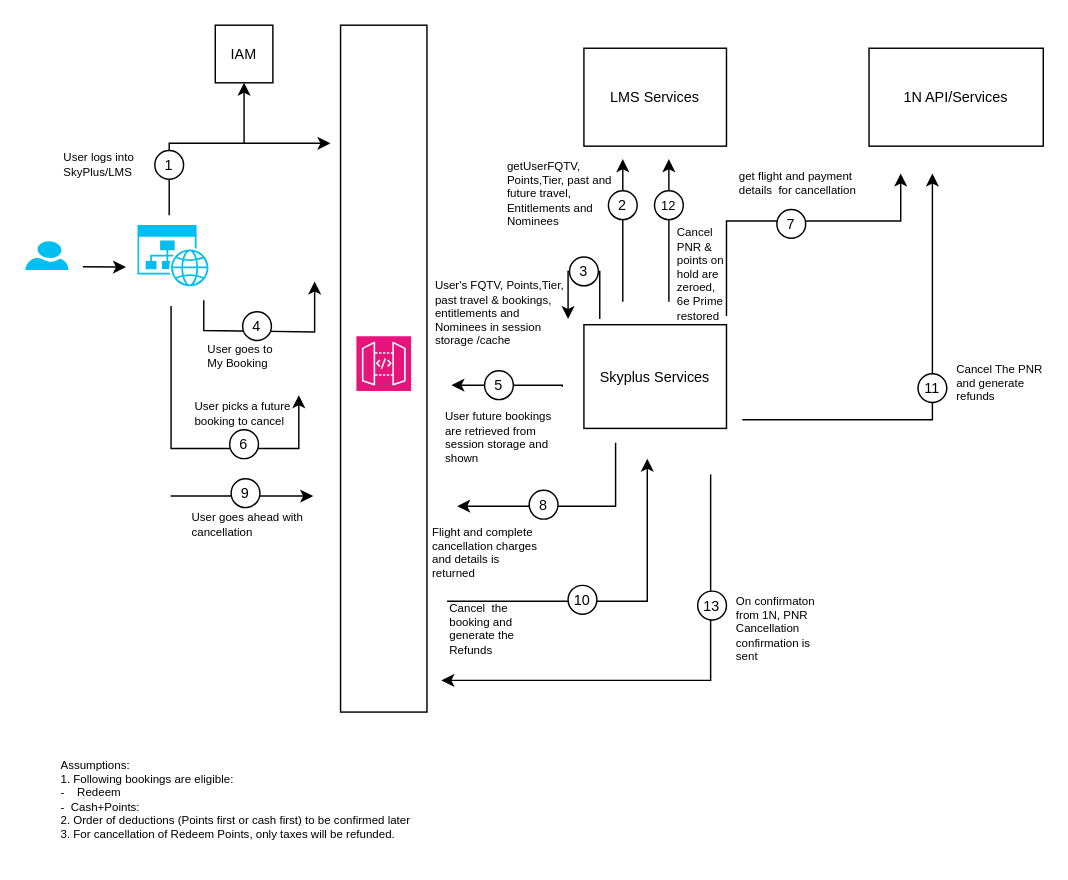
Earlier version of the draw.io diagram page "CancelEarnCash" (2 of 2) of Cancellations Cash Plus Points LM Data Flow.drawio (nchauhan4/drawings). Source tidied: cells renumbered, new cells numbered last; positions are measured from the earlier drawing's top-left corner, leaving out a move shared by most shapes. Both pictures are drawn from the tidied source at 144%, with x=0, y=0 at pixel (24, 24).
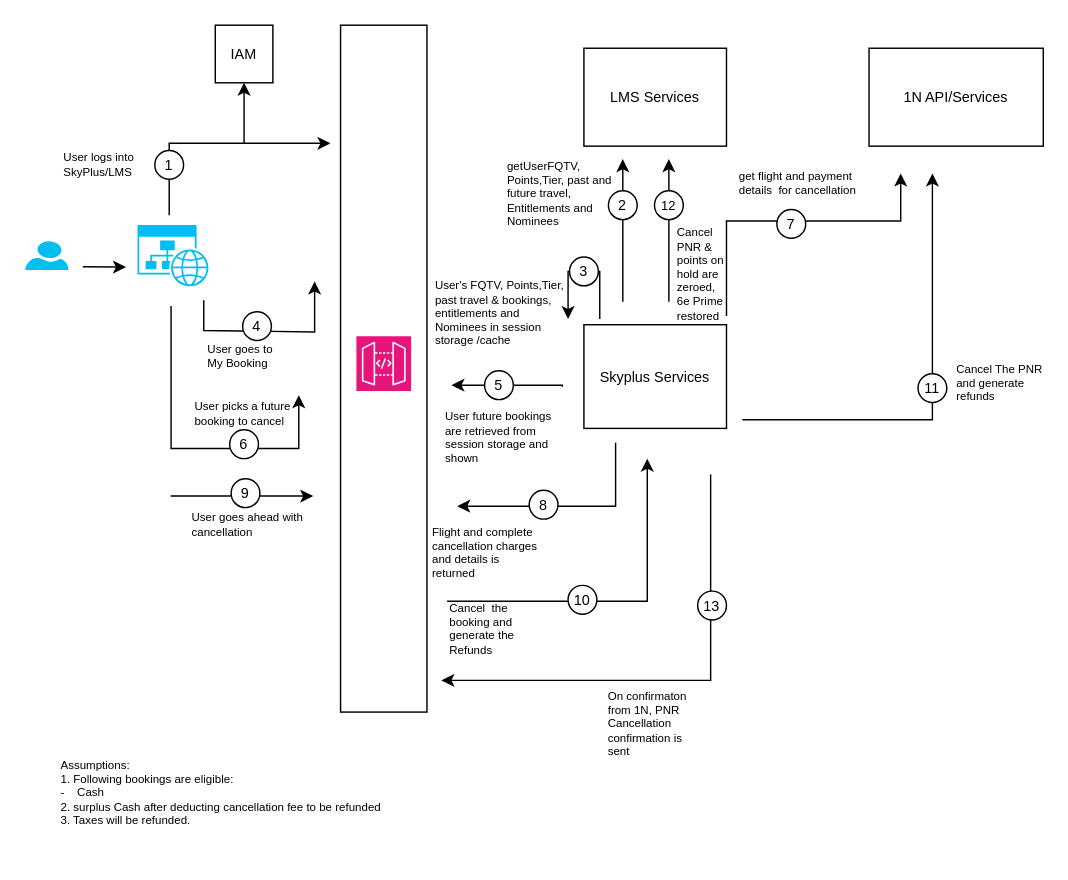
After the change.

What changed in the source:
```diff
@@
-    <mxCell id="27" value="Assumptions:&lt;br&gt;1. Following bookings are eligible:&lt;div&gt;-&amp;nbsp; &amp;nbsp; Redeem&lt;/div&gt;&lt;div&gt;-&amp;nbsp; Cash+Points:&amp;nbsp;&lt;/div&gt;&lt;div&gt;2. Order of deductions (Points first or cash first) to be confirmed later&lt;/div&gt;&lt;div&gt;3. For cancellation of Redeem Points, only taxes will be refunded.&amp;nbsp;&lt;/div&gt;" style="text;html=1;strokeColor=none;fillColor=none;align=left;verticalAlign=top;whiteSpace=wrap;rounded=0;fontSize=8;" parent="1" vertex="1">
+    <mxCell id="27" value="Assumptions:&lt;br&gt;1. Following bookings are eligible:&lt;div&gt;-&amp;nbsp; &amp;nbsp; Cash&lt;/div&gt;&lt;div&gt;2. surplus Cash after deducting cancellation fee to be refunded&lt;/div&gt;&lt;div&gt;3. Taxes will be refunded.&amp;nbsp;&lt;/div&gt;" style="text;html=1;strokeColor=none;fillColor=none;align=left;verticalAlign=top;whiteSpace=wrap;rounded=0;fontSize=8;" parent="1" vertex="1">
       <mxGeometry x="23.4" y="502.5" width="275.2" height="73.5" as="geometry" />
     </mxCell>
@@
     <mxCell id="35" value="On confirmaton from 1N, PNR Cancellation confirmation is sent" style="text;html=1;strokeColor=none;fillColor=none;align=left;verticalAlign=top;whiteSpace=wrap;rounded=0;fontSize=8;" parent="1" vertex="1">
-      <mxGeometry x="492" y="389" width="61" height="58" as="geometry" />
+      <mxGeometry x="403" y="455" width="61" height="58" as="geometry" />
     </mxCell>
```
